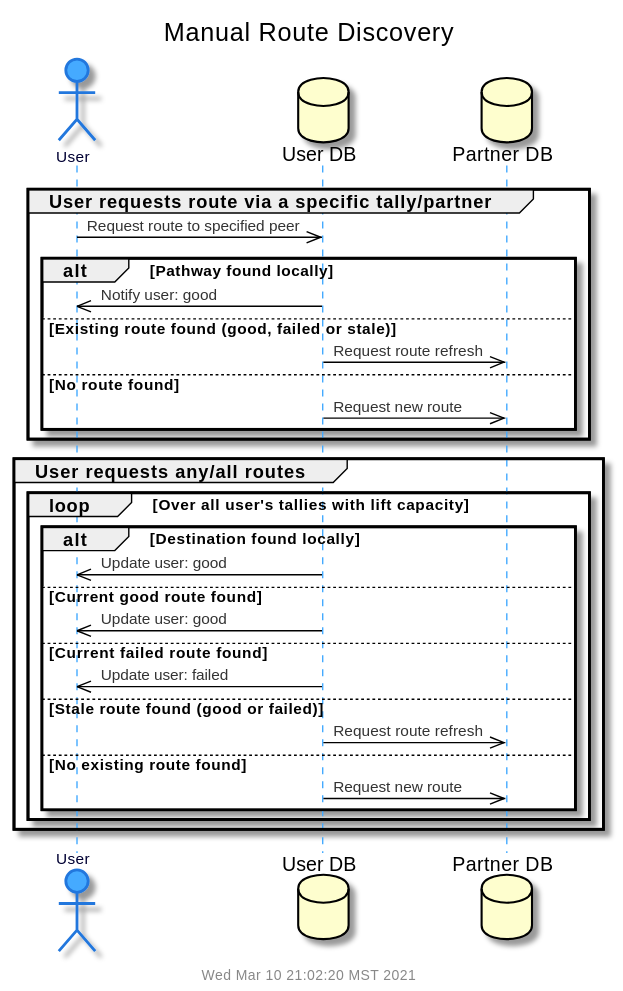
Earlier version of the PlantUML export doc/uml/seq-route-man.svg (gotchoices/MyCHIPs).
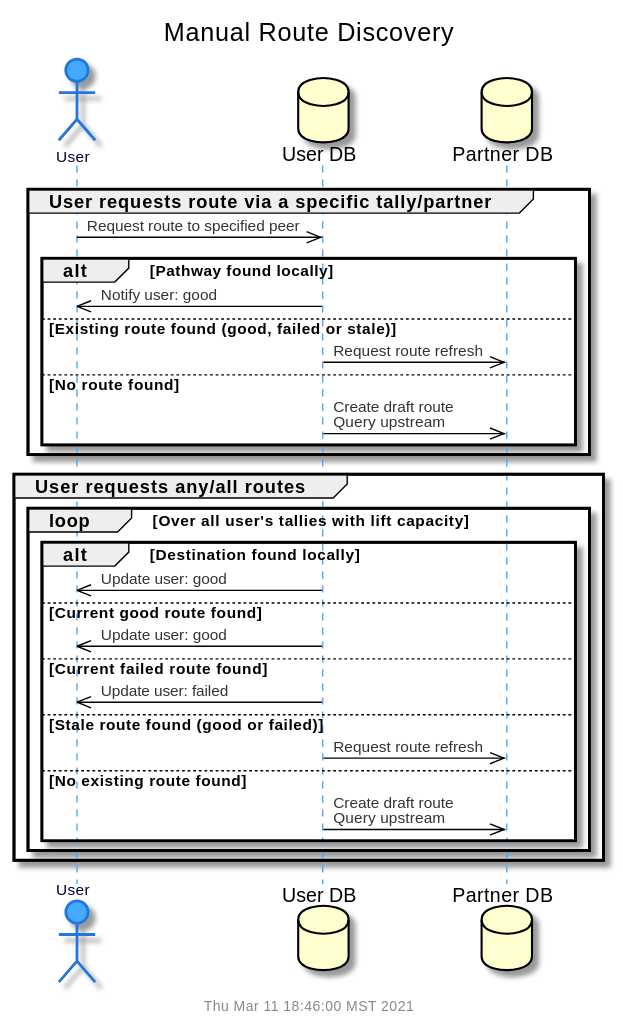
The same file after the commit.

Diff of the diagram source:
```diff
@@ -13,7 +13,7 @@
   else Existing route found (good, failed or stale)
     userDB	->>	partDB:		Request route refresh
   else No route found
-    userDB	->>	partDB:		Request new route
+    userDB	->>	partDB:		Create draft route\nQuery upstream
   end
 end
 
@@ -32,7 +32,7 @@
       userDB ->>	partDB:		Request route refresh
 
     else No existing route found
-      userDB ->>	partDB:		Request new route
+      userDB ->>	partDB:		Create draft route\nQuery upstream
     end
   end
 end
```
